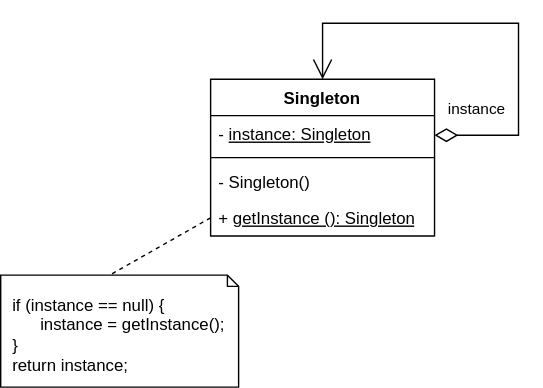
arashethis/design-pattern keeps this draw.io diagram as assets/images/singleton.svg. Above is the earlier version. Source tidied: cells renumbered, new cells last; positions are measured from the earlier drawing's top-left corner, leaving out a move shared by most shapes.
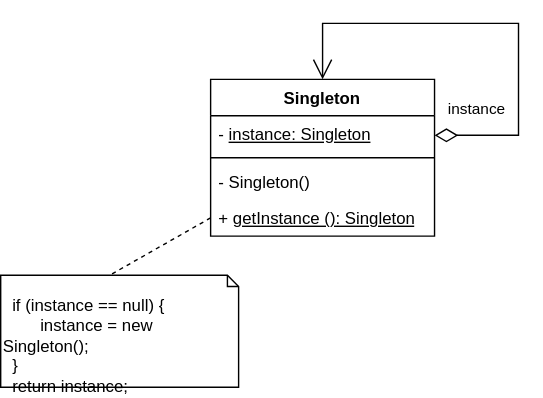
After the change.

Diff of the diagram source:
```diff
@@ -31,7 +31,7 @@
     <mxCell id="8" style="jettySize=auto;html=1;rounded=0;exitX=0;exitY=0.5;exitDx=0;exitDy=0;dashed=1;startArrow=none;startFill=0;endArrow=none;endFill=0;entryX=0.458;entryY=0;entryDx=0;entryDy=0;entryPerimeter=0;" parent="1" edge="1" source="6" target="9">
       <mxGeometry relative="1" as="geometry" />
     </mxCell>
-    <mxCell id="9" value="&amp;nbsp; if (instance == null) {&lt;br&gt;&amp;nbsp;&lt;span style=&quot;white-space: pre;&quot;&gt;&#9;&lt;/span&gt;instance = getInstance();&lt;br&gt;&amp;nbsp; }&lt;br&gt;&amp;nbsp; return instance;" style="shape=note2;boundedLbl=1;whiteSpace=wrap;html=1;size=8;verticalAlign=top;align=left;" parent="1" vertex="1">
+    <mxCell id="9" value="&amp;nbsp; if (instance == null) {&lt;br&gt;&amp;nbsp;&lt;span style=&quot;white-space: pre;&quot;&gt;&#9;&lt;/span&gt;instance = new Singleton();&lt;br&gt;&amp;nbsp; }&lt;br&gt;&amp;nbsp; return instance;" style="shape=note2;boundedLbl=1;whiteSpace=wrap;html=1;size=8;verticalAlign=top;align=left;" parent="1" vertex="1">
       <mxGeometry y="180" width="170" height="80" as="geometry" />
     </mxCell>
   </root>
```
